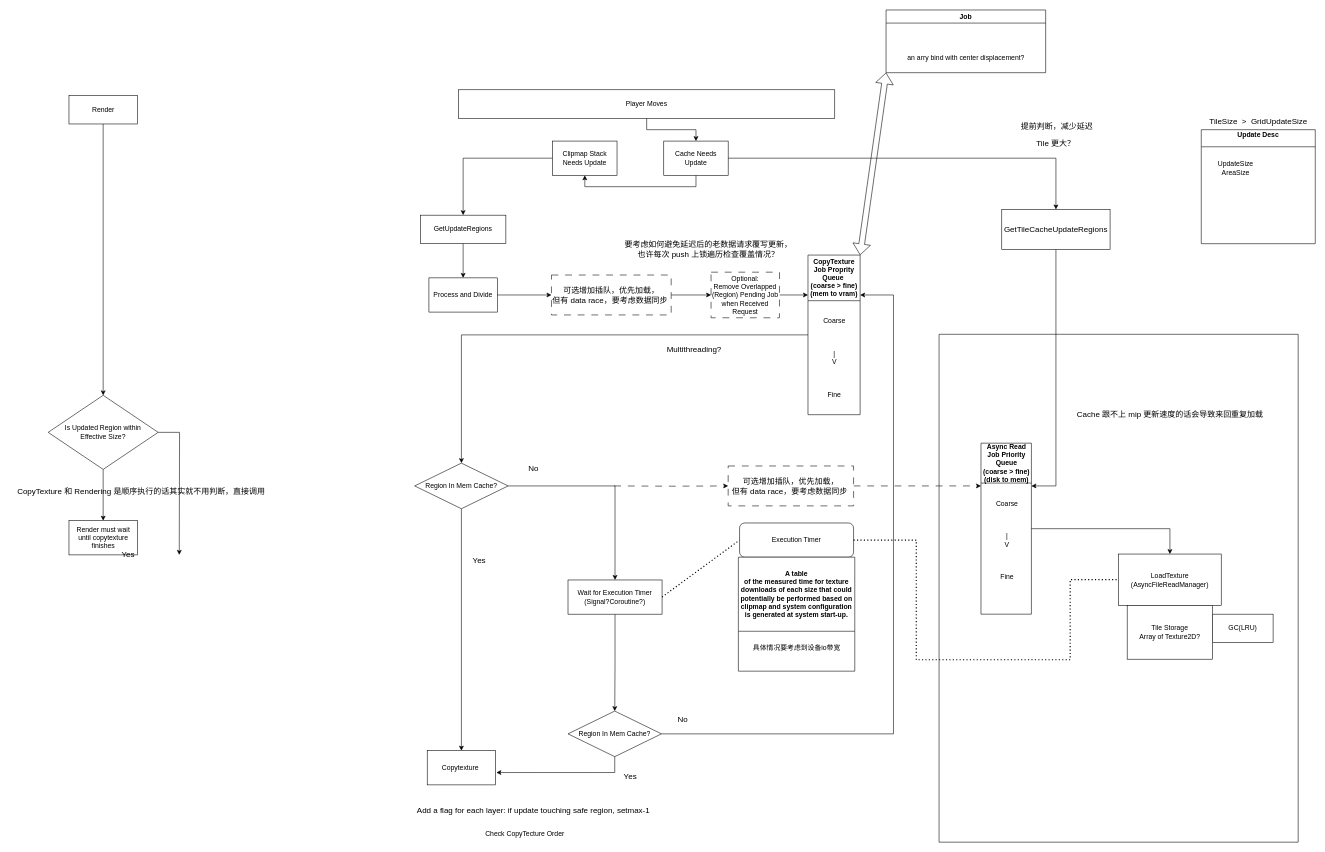
Before: Scratch/DiskAsyncReadFlowChart.drawio in skszb/Clipmap, a draw.io diagram. Source tidied: cells renumbered, new cells numbered last; positions are measured from the earlier drawing's top-left corner, leaving out a move shared by most shapes. Both pictures are drawn from the tidied source at 57%, with x=0, y=0 at pixel (10, 10).
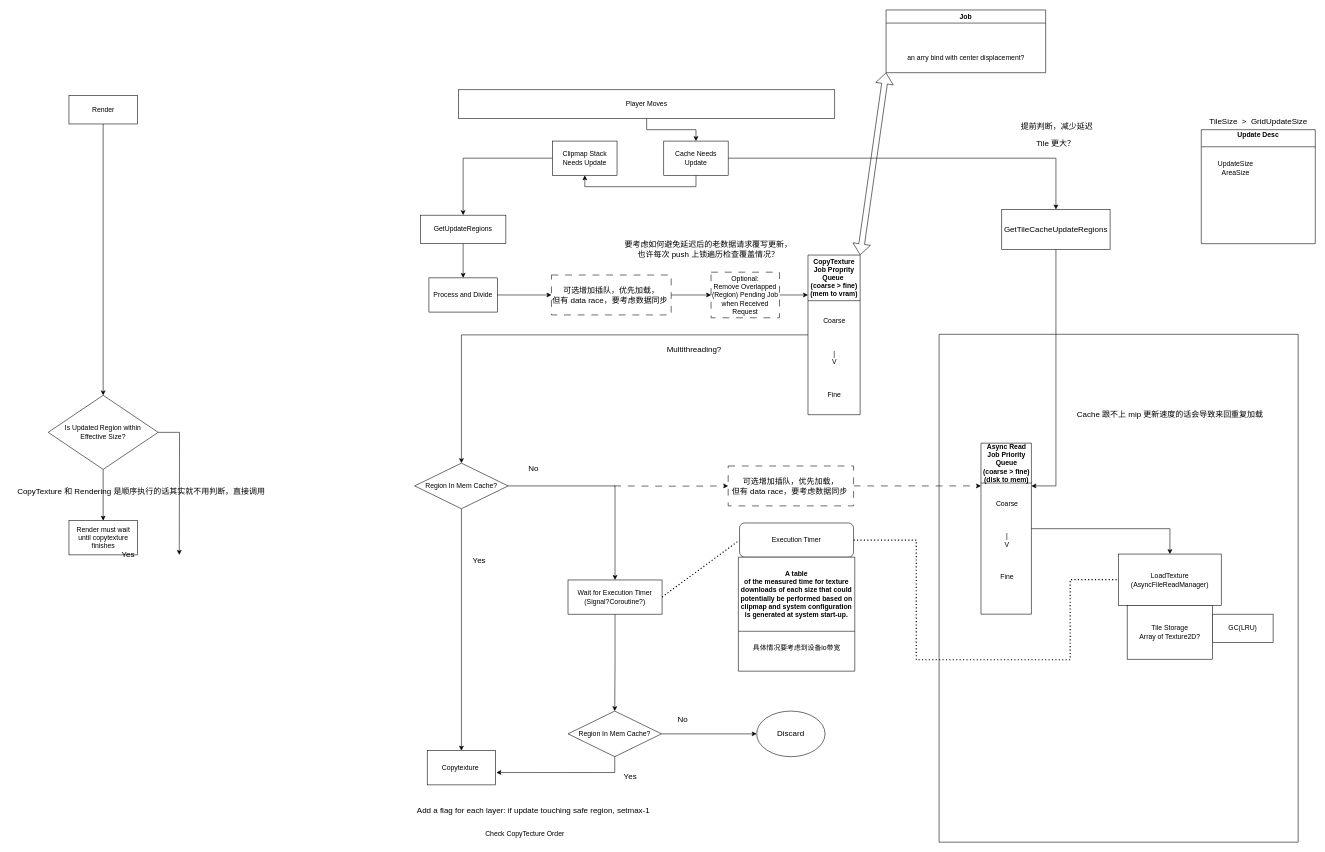
The same page after the edit.

Unchanged cells that the change refers to:
```xml
<mxCell id="19" value="CopyTexture Job Proprity Queue&amp;nbsp;&lt;div&gt;(coarse &amp;gt; fine)&lt;/div&gt;&lt;div&gt;(mem to vram&lt;span style=&quot;background-color: initial;&quot;&gt;)&lt;/span&gt;&lt;/div&gt;" style="swimlane;whiteSpace=wrap;html=1;startSize=80;swimlaneLine=1;labelBackgroundColor=none;" parent="1" vertex="1">
  <mxGeometry x="1400" y="430" width="91.5" height="280" as="geometry" />
</mxCell>
<mxCell id="50" value="Region In Mem Cache?" style="rhombus;whiteSpace=wrap;html=1;labelBackgroundColor=none;" parent="1" vertex="1">
  <mxGeometry x="979" y="1230" width="164" height="80" as="geometry" />
</mxCell>
```

The edit, as a diff of the source:
```diff
@@
-    <mxCell id="49" style="edgeStyle=orthogonalEdgeStyle;rounded=0;jettySize=auto;html=1;entryX=1;entryY=0.25;entryDx=0;entryDy=0;exitX=1;exitY=0.5;exitDx=0;exitDy=0;" parent="1" edge="1" source="50" target="19">
-      <mxGeometry relative="1" as="geometry">
-        <Array as="points">
-          <mxPoint x="1550" y="1270" />
-          <mxPoint x="1550" y="500" />
-        </Array>
-      </mxGeometry>
+    <mxCell id="49" style="rounded=0;jettySize=auto;html=1;exitX=1;exitY=0.5;exitDx=0;exitDy=0;edgeStyle=orthogonalEdgeStyle;" parent="1" edge="1" source="50" target="71">
+      <mxGeometry relative="1" as="geometry" />
     </mxCell>
@@
+    <mxCell id="71" value="&lt;font style=&quot;font-size: 14px;&quot;&gt;Discard&lt;/font&gt;" style="ellipse;whiteSpace=wrap;html=1;" parent="1" vertex="1">
+      <mxGeometry x="1310" y="1230" width="120" height="80" as="geometry" />
+    </mxCell>
```
